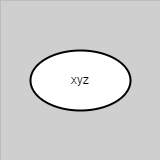
Above: docs/assets/cd-model/legend-start.drawio.png in ready-to-release/eac (draw.io), before the change. Source tidied: cells renumbered, new cells last; positions are measured from the earlier drawing's top-left corner, leaving out a move shared by most shapes.
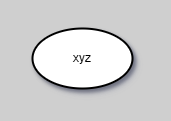
The same diagram one commit later.

Diff of the diagram source:
```diff
@@ -1,12 +1,12 @@
-<mxGraphModel background="#CFCFCF">
+<mxGraphModel background="#CFCFCF" shadow="1">
   <root>
     <mxCell id="0" />
     <mxCell id="1" parent="0" />
-    <mxCell id="2" style="group;strokeColor=#616161;dashed=1;dashPattern=12 12;strokeWidth=0;" parent="1" vertex="1">
-      <mxGeometry width="160" height="160" as="geometry" />
-    </mxCell>
-    <mxCell id="3" value="xyz" style="strokeWidth=2;html=1;shape=mxgraph.flowchart.start_1;whiteSpace=wrap;" parent="1" vertex="1">
+    <mxCell id="3" value="xyz" style="strokeWidth=2;html=1;shape=mxgraph.flowchart.start_1;whiteSpace=wrap;shadow=1;" parent="1" vertex="1">
       <mxGeometry x="30" y="50" width="100" height="60" as="geometry" />
     </mxCell>
+    <mxCell id="4" style="rounded=0;strokeColor=none;fillColor=none;" parent="1" vertex="1">
+      <mxGeometry x="-2" y="22" width="160" height="110" as="geometry" />
+    </mxCell>
   </root>
 </mxGraphModel>
```
